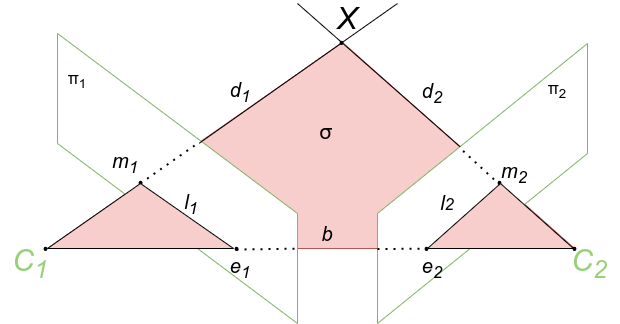
Before: graphics/epipolar.png, a diagram exported from draw.io (Myralllka/bachelor_thesis). Source tidied: cells renumbered, new cells last; positions are measured from the earlier drawing's top-left corner, leaving out a move shared by most shapes.
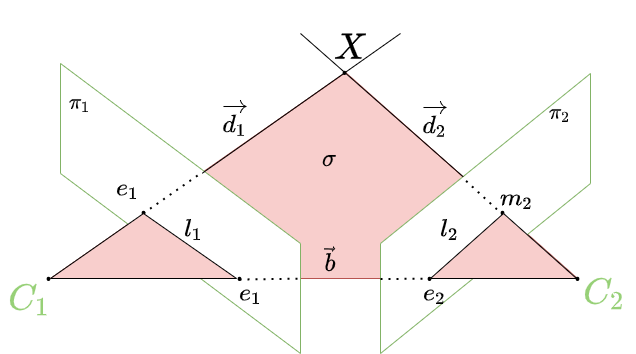
The same file after the commit.

What changed in the source:
```diff
@@ -1,4 +1,4 @@
-<mxGraphModel>
+<mxGraphModel math="1">
   <root>
     <mxCell id="0" />
     <mxCell id="1" parent="0" />
@@ -70,49 +70,49 @@
         <mxPoint x="297" as="sourcePoint" />
       </mxGeometry>
     </mxCell>
-    <mxCell id="20" value="&lt;i&gt;C&lt;sub&gt;1&lt;/sub&gt;&lt;/i&gt;" style="text;html=1;strokeColor=none;fillColor=none;align=center;verticalAlign=middle;whiteSpace=wrap;rounded=0;fontSize=30;fontColor=#97D077;" parent="1" vertex="1">
-      <mxGeometry y="245" width="60" height="30" as="geometry" />
+    <mxCell id="20" value="$$C_1$$" style="text;html=1;strokeColor=none;fillColor=none;align=center;verticalAlign=middle;whiteSpace=wrap;rounded=0;fontSize=30;fontColor=#97D077;" parent="1" vertex="1">
+      <mxGeometry x="-3" y="251" width="60" height="30" as="geometry" />
     </mxCell>
-    <mxCell id="21" value="&lt;i&gt;C&lt;sub&gt;2&lt;/sub&gt;&lt;/i&gt;" style="text;html=1;strokeColor=none;fillColor=none;align=center;verticalAlign=middle;whiteSpace=wrap;rounded=0;fontSize=30;fontColor=#97D077;" parent="1" vertex="1">
-      <mxGeometry x="559" y="245" width="60" height="30" as="geometry" />
+    <mxCell id="21" value="$$C_2$$" style="text;html=1;strokeColor=none;fillColor=none;align=center;verticalAlign=middle;whiteSpace=wrap;rounded=0;fontSize=30;fontColor=#97D077;" parent="1" vertex="1">
+      <mxGeometry x="572" y="245" width="60" height="30" as="geometry" />
     </mxCell>
-    <mxCell id="22" value="&lt;font color=&quot;#000000&quot;&gt;&lt;i&gt;X&lt;/i&gt;&lt;/font&gt;" style="text;html=1;strokeColor=none;fillColor=none;align=center;verticalAlign=middle;whiteSpace=wrap;rounded=0;fontSize=30;fontColor=#97D077;" parent="1" vertex="1">
+    <mxCell id="22" value="&lt;font color=&quot;#000000&quot;&gt;$$X$$&lt;/font&gt;" style="text;html=1;strokeColor=none;fillColor=none;align=center;verticalAlign=middle;whiteSpace=wrap;rounded=0;fontSize=30;fontColor=#97D077;" parent="1" vertex="1">
       <mxGeometry x="317" width="60" height="30" as="geometry" />
     </mxCell>
-    <mxCell id="23" value="&lt;font color=&quot;#000000&quot; size=&quot;1&quot;&gt;&lt;i style=&quot;font-size: 20px&quot;&gt;d&lt;sub&gt;1&lt;/sub&gt;&lt;/i&gt;&lt;/font&gt;" style="text;html=1;strokeColor=none;fillColor=none;align=center;verticalAlign=middle;whiteSpace=wrap;rounded=0;fontSize=30;fontColor=#97D077;" parent="1" vertex="1">
-      <mxGeometry x="210" y="69" width="60" height="30" as="geometry" />
+    <mxCell id="23" value="&lt;font color=&quot;#000000&quot;&gt;&lt;span style=&quot;font-size: 20px&quot;&gt;&lt;i&gt;$$\vec{d_1}$$&lt;/i&gt;&lt;/span&gt;&lt;/font&gt;" style="text;html=1;strokeColor=none;fillColor=none;align=center;verticalAlign=middle;whiteSpace=wrap;rounded=0;fontSize=30;fontColor=#97D077;" parent="1" vertex="1">
+      <mxGeometry x="202" y="69" width="60" height="30" as="geometry" />
     </mxCell>
-    <mxCell id="24" value="&lt;font color=&quot;#000000&quot;&gt;&lt;i style=&quot;font-size: 20px&quot;&gt;d&lt;sub&gt;2&lt;/sub&gt;&lt;/i&gt;&lt;/font&gt;" style="text;html=1;strokeColor=none;fillColor=none;align=center;verticalAlign=middle;whiteSpace=wrap;rounded=0;fontSize=30;fontColor=#97D077;" parent="1" vertex="1">
+    <mxCell id="24" value="&lt;font color=&quot;#000000&quot;&gt;&lt;span style=&quot;font-size: 20px&quot;&gt;&lt;i&gt;$$\vec{d_2}$$&lt;/i&gt;&lt;/span&gt;&lt;/font&gt;" style="text;html=1;strokeColor=none;fillColor=none;align=center;verticalAlign=middle;whiteSpace=wrap;rounded=0;fontSize=30;fontColor=#97D077;" parent="1" vertex="1">
       <mxGeometry x="402" y="69" width="60" height="31" as="geometry" />
     </mxCell>
-    <mxCell id="25" value="&lt;font color=&quot;#000000&quot;&gt;&lt;span style=&quot;font-size: 20px&quot;&gt;&lt;i&gt;b&lt;/i&gt;&lt;/span&gt;&lt;/font&gt;" style="text;html=1;strokeColor=none;fillColor=none;align=center;verticalAlign=middle;whiteSpace=wrap;rounded=0;fontSize=30;fontColor=#97D077;" parent="1" vertex="1">
+    <mxCell id="25" value="&lt;font color=&quot;#000000&quot;&gt;&lt;span style=&quot;font-size: 20px&quot;&gt;&lt;i&gt;$$\vec{b}$$&lt;/i&gt;&lt;/span&gt;&lt;/font&gt;" style="text;html=1;strokeColor=none;fillColor=none;align=center;verticalAlign=middle;whiteSpace=wrap;rounded=0;fontSize=30;fontColor=#97D077;" parent="1" vertex="1">
       <mxGeometry x="297" y="211" width="60" height="31" as="geometry" />
     </mxCell>
-    <mxCell id="26" value="&lt;font color=&quot;#000000&quot;&gt;&lt;span style=&quot;font-size: 20px&quot;&gt;&lt;i&gt;l&lt;sub&gt;1&lt;/sub&gt;&lt;/i&gt;&lt;/span&gt;&lt;/font&gt;" style="text;html=1;strokeColor=none;fillColor=none;align=center;verticalAlign=middle;whiteSpace=wrap;rounded=0;fontSize=30;fontColor=#97D077;" parent="1" vertex="1">
+    <mxCell id="26" value="&lt;font color=&quot;#000000&quot;&gt;&lt;span style=&quot;font-size: 20px&quot;&gt;$$l_1$$&lt;/span&gt;&lt;/font&gt;" style="text;html=1;strokeColor=none;fillColor=none;align=center;verticalAlign=middle;whiteSpace=wrap;rounded=0;fontSize=30;fontColor=#97D077;" parent="1" vertex="1">
       <mxGeometry x="161" y="180" width="60" height="31" as="geometry" />
     </mxCell>
-    <mxCell id="27" value="&lt;font color=&quot;#000000&quot;&gt;&lt;i&gt;&lt;span style=&quot;font-size: 20px&quot;&gt;l&lt;/span&gt;&lt;span style=&quot;font-size: 16.6667px&quot;&gt;2&lt;/span&gt;&lt;/i&gt;&lt;/font&gt;" style="text;html=1;strokeColor=none;fillColor=none;align=center;verticalAlign=middle;whiteSpace=wrap;rounded=0;fontSize=30;fontColor=#97D077;" parent="1" vertex="1">
+    <mxCell id="27" value="&lt;font color=&quot;#000000&quot;&gt;&lt;span style=&quot;font-size: 20px&quot;&gt;$$l_2$$&lt;/span&gt;&lt;/font&gt;" style="text;html=1;strokeColor=none;fillColor=none;align=center;verticalAlign=middle;whiteSpace=wrap;rounded=0;fontSize=30;fontColor=#97D077;" parent="1" vertex="1">
       <mxGeometry x="417" y="180" width="60" height="31" as="geometry" />
     </mxCell>
-    <mxCell id="28" value="&lt;font color=&quot;#000000&quot;&gt;&lt;span style=&quot;font-size: 20px&quot;&gt;&lt;i&gt;m&lt;sub&gt;1&lt;/sub&gt;&lt;/i&gt;&lt;/span&gt;&lt;/font&gt;" style="text;html=1;strokeColor=none;fillColor=none;align=center;verticalAlign=middle;whiteSpace=wrap;rounded=0;fontSize=30;fontColor=#97D077;" parent="1" vertex="1">
+    <mxCell id="28" value="&lt;font color=&quot;#000000&quot;&gt;&lt;span style=&quot;font-size: 20px&quot;&gt;$$e_1$$&lt;/span&gt;&lt;/font&gt;" style="text;html=1;strokeColor=none;fillColor=none;align=center;verticalAlign=middle;whiteSpace=wrap;rounded=0;fontSize=30;fontColor=#97D077;" parent="1" vertex="1">
       <mxGeometry x="95" y="140" width="60" height="30" as="geometry" />
     </mxCell>
-    <mxCell id="29" value="&lt;font color=&quot;#000000&quot;&gt;&lt;span style=&quot;font-size: 20px&quot;&gt;&lt;i&gt;m&lt;sub&gt;2&lt;/sub&gt;&lt;/i&gt;&lt;/span&gt;&lt;/font&gt;" style="text;html=1;strokeColor=none;fillColor=none;align=center;verticalAlign=middle;whiteSpace=wrap;rounded=0;fontSize=30;fontColor=#97D077;" parent="1" vertex="1">
+    <mxCell id="29" value="&lt;font color=&quot;#000000&quot;&gt;&lt;span style=&quot;font-size: 20px&quot;&gt;$$m_2$$&lt;/span&gt;&lt;/font&gt;" style="text;html=1;strokeColor=none;fillColor=none;align=center;verticalAlign=middle;whiteSpace=wrap;rounded=0;fontSize=30;fontColor=#97D077;" parent="1" vertex="1">
       <mxGeometry x="484" y="150" width="60" height="30" as="geometry" />
     </mxCell>
-    <mxCell id="30" value="&lt;font color=&quot;#000000&quot;&gt;&lt;span style=&quot;font-size: 20px&quot;&gt;&lt;i&gt;e&lt;sub&gt;1&lt;/sub&gt;&lt;/i&gt;&lt;/span&gt;&lt;/font&gt;" style="text;html=1;strokeColor=none;fillColor=none;align=center;verticalAlign=middle;whiteSpace=wrap;rounded=0;fontSize=30;fontColor=#97D077;" parent="1" vertex="1">
-      <mxGeometry x="210" y="245" width="60" height="30" as="geometry" />
+    <mxCell id="30" value="&lt;font color=&quot;#000000&quot;&gt;&lt;span style=&quot;font-size: 20px&quot;&gt;$$e_1$$&lt;/span&gt;&lt;/font&gt;" style="text;html=1;strokeColor=none;fillColor=none;align=center;verticalAlign=middle;whiteSpace=wrap;rounded=0;fontSize=30;fontColor=#97D077;" parent="1" vertex="1">
+      <mxGeometry x="218" y="245" width="60" height="30" as="geometry" />
     </mxCell>
-    <mxCell id="31" value="&lt;font color=&quot;#000000&quot;&gt;&lt;span style=&quot;font-size: 20px&quot;&gt;&lt;i&gt;e&lt;sub&gt;2&lt;/sub&gt;&lt;/i&gt;&lt;/span&gt;&lt;/font&gt;" style="text;html=1;strokeColor=none;fillColor=none;align=center;verticalAlign=middle;whiteSpace=wrap;rounded=0;fontSize=30;fontColor=#97D077;" parent="1" vertex="1">
+    <mxCell id="31" value="&lt;font color=&quot;#000000&quot;&gt;&lt;span style=&quot;font-size: 20px&quot;&gt;$$e_2$$&lt;/span&gt;&lt;/font&gt;" style="text;html=1;strokeColor=none;fillColor=none;align=center;verticalAlign=middle;whiteSpace=wrap;rounded=0;fontSize=30;fontColor=#97D077;" parent="1" vertex="1">
       <mxGeometry x="402" y="245" width="60" height="30" as="geometry" />
     </mxCell>
-    <mxCell id="32" value="&lt;div&gt;&lt;span style=&quot;font-size: 16px&quot;&gt;&lt;font face=&quot;sans-serif&quot; color=&quot;#000000&quot;&gt;π&lt;sub&gt;1&lt;/sub&gt;&lt;/font&gt;&lt;/span&gt;&lt;/div&gt;" style="text;html=1;strokeColor=none;fillColor=none;align=center;verticalAlign=middle;whiteSpace=wrap;rounded=0;fontSize=30;fontColor=#97D077;" parent="1" vertex="1">
+    <mxCell id="32" value="&lt;div&gt;&lt;font color=&quot;#000000&quot; face=&quot;sans-serif&quot;&gt;&lt;span style=&quot;font-size: 16px&quot;&gt;$$\pi_1$$&lt;/span&gt;&lt;/font&gt;&lt;/div&gt;" style="text;html=1;strokeColor=none;fillColor=none;align=center;verticalAlign=middle;whiteSpace=wrap;rounded=0;fontSize=30;fontColor=#97D077;" parent="1" vertex="1">
       <mxGeometry x="47" y="55" width="60" height="30" as="geometry" />
     </mxCell>
-    <mxCell id="33" value="&lt;div&gt;&lt;span style=&quot;font-size: 16px&quot;&gt;&lt;font face=&quot;sans-serif&quot; color=&quot;#000000&quot;&gt;π&lt;sub&gt;2&lt;/sub&gt;&lt;/font&gt;&lt;/span&gt;&lt;/div&gt;" style="text;html=1;strokeColor=none;fillColor=none;align=center;verticalAlign=middle;whiteSpace=wrap;rounded=0;fontSize=30;fontColor=#97D077;" parent="1" vertex="1">
+    <mxCell id="33" value="&lt;div&gt;&lt;font color=&quot;#000000&quot; face=&quot;sans-serif&quot;&gt;&lt;span style=&quot;font-size: 16px&quot;&gt;$$\pi_2$$&lt;/span&gt;&lt;/font&gt;&lt;/div&gt;" style="text;html=1;strokeColor=none;fillColor=none;align=center;verticalAlign=middle;whiteSpace=wrap;rounded=0;fontSize=30;fontColor=#97D077;" parent="1" vertex="1">
       <mxGeometry x="527" y="65" width="60" height="30" as="geometry" />
     </mxCell>
-    <mxCell id="34" value="&lt;font style=&quot;font-size: 21px&quot; color=&quot;#000000&quot;&gt;σ&lt;/font&gt;" style="text;html=1;strokeColor=none;fillColor=none;align=center;verticalAlign=middle;whiteSpace=wrap;rounded=0;fontSize=30;fontColor=#97D077;" parent="1" vertex="1">
+    <mxCell id="34" value="&lt;font style=&quot;font-size: 21px&quot; color=&quot;#000000&quot;&gt;$$\sigma$$&lt;/font&gt;" style="text;html=1;strokeColor=none;fillColor=none;align=center;verticalAlign=middle;whiteSpace=wrap;rounded=0;fontSize=30;fontColor=#97D077;" parent="1" vertex="1">
       <mxGeometry x="296" y="110" width="60" height="30" as="geometry" />
     </mxCell>
   </root>
```
